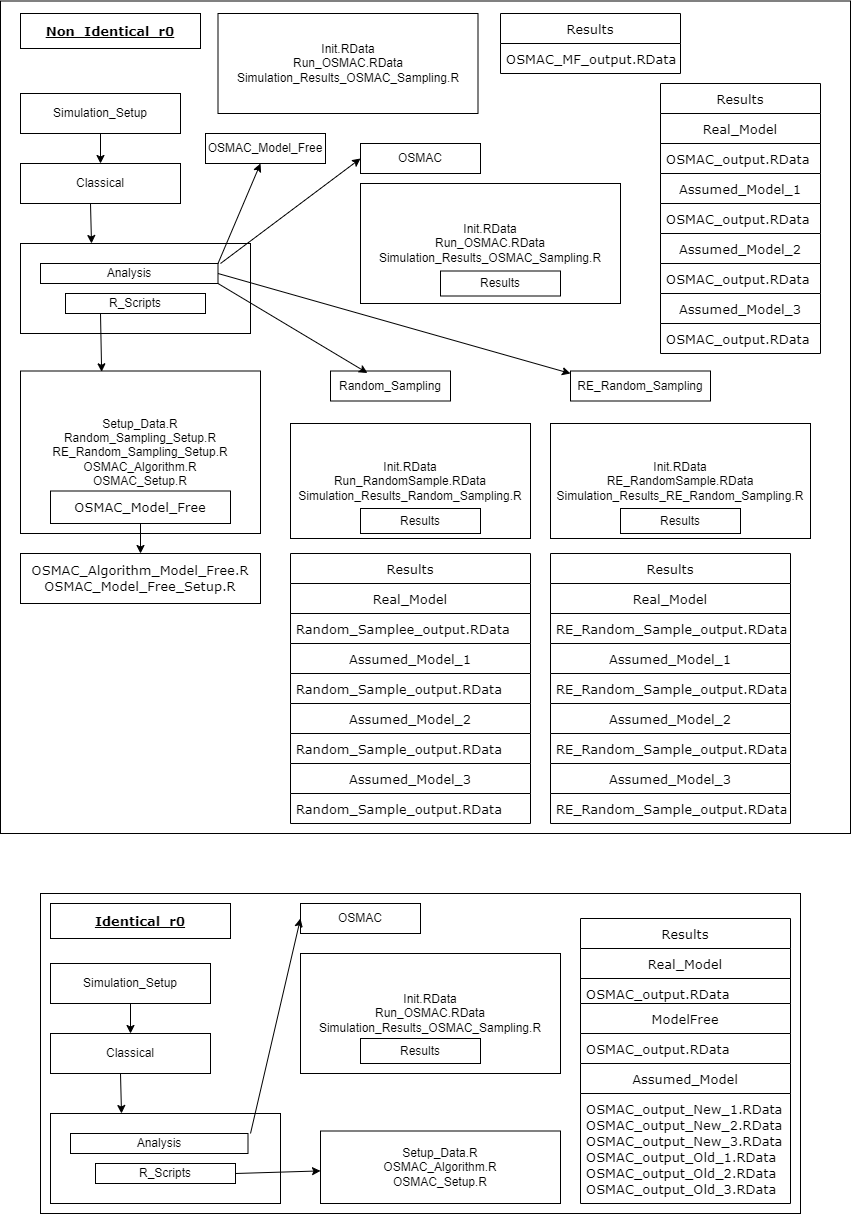
Before: Images/Simulation_Setup.png, a diagram exported from draw.io (Amalan-ConStat/RS_OS_MROS_LR_TwoVar_Exponential). Source tidied: cells renumbered, new cells last; positions are measured from the earlier drawing's top-left corner, leaving out a move shared by most shapes.
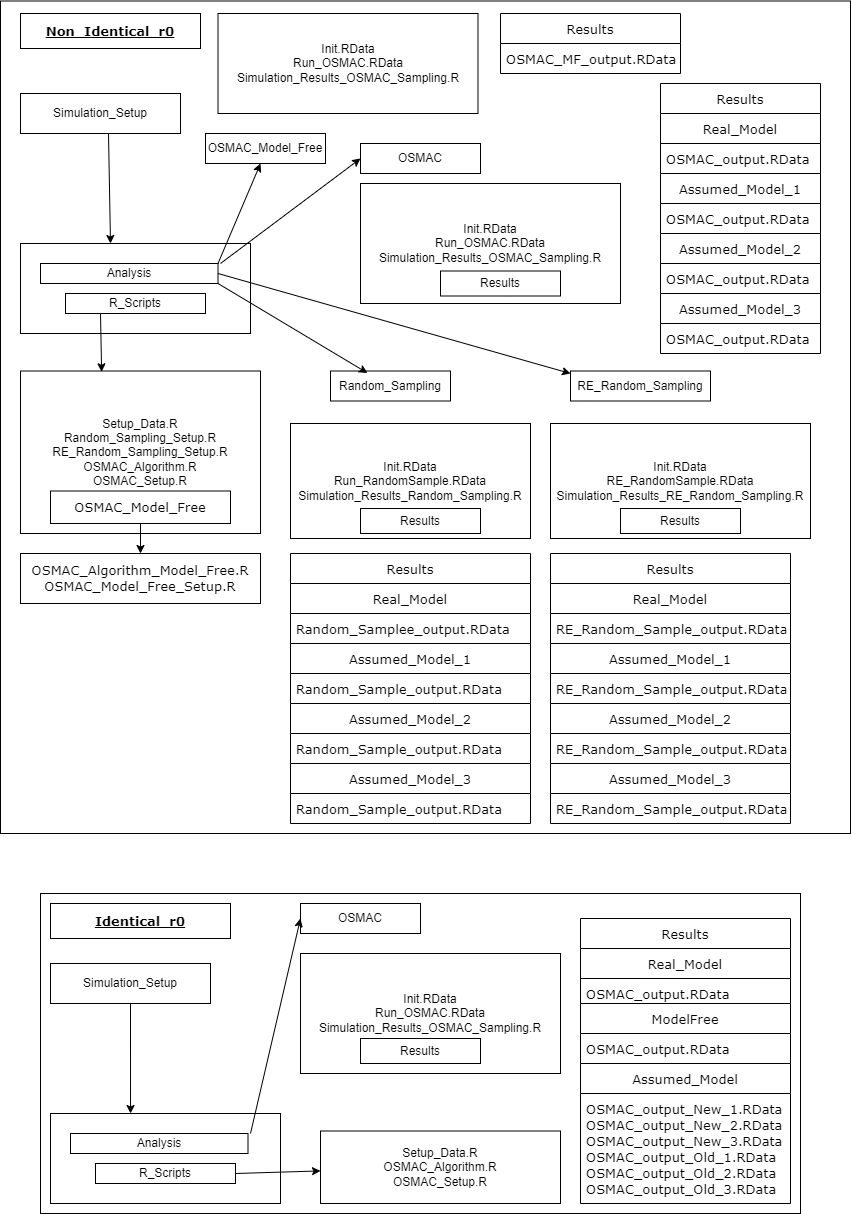
Above is the later version.

Change to the diagram source:
```diff
@@ -14,18 +14,12 @@
     <mxCell id="5" value="Simulation_Setup" style="rounded=0;whiteSpace=wrap;html=1;" parent="1" vertex="1">
       <mxGeometry x="20" y="92" width="160" height="40" as="geometry" />
     </mxCell>
-    <mxCell id="6" value="Classical" style="rounded=0;whiteSpace=wrap;html=1;" parent="1" vertex="1">
-      <mxGeometry x="20" y="162" width="160" height="40" as="geometry" />
-    </mxCell>
     <mxCell id="7" value="&lt;span style=&quot;white-space: normal&quot;&gt;R_Scripts&lt;/span&gt;" style="rounded=0;whiteSpace=wrap;html=1;" parent="1" vertex="1">
       <mxGeometry x="65" y="292" width="140" height="20" as="geometry" />
     </mxCell>
     <mxCell id="8" value="Analysis" style="rounded=0;whiteSpace=wrap;html=1;" parent="1" vertex="1">
       <mxGeometry x="40" y="262" width="177.5" height="20" as="geometry" />
     </mxCell>
-    <mxCell id="9" style="endArrow=classic;html=1;exitX=0.5;exitY=1;exitDx=0;exitDy=0;entryX=0.5;entryY=0;entryDx=0;entryDy=0;" parent="1" edge="1" source="5" target="6">
-      <mxGeometry relative="1" as="geometry" />
-    </mxCell>
     <mxCell id="10" value="Setup_Data.R&lt;br&gt;Random_Sampling_Setup.R&lt;br&gt;RE_Random_Sampling_Setup.R&lt;br&gt;OSMAC_Algorithm.R&lt;br&gt;OSMAC_Setup.R" style="rounded=0;whiteSpace=wrap;html=1;" parent="1" vertex="1">
       <mxGeometry x="20" y="369.5" width="240" height="162.5" as="geometry" />
     </mxCell>
@@ -173,12 +167,6 @@
     <mxCell id="56" value="Init.RData&lt;br&gt;Run_OSMAC.RData&lt;br&gt;Simulation_Results_OSMAC_Sampling.R" style="rounded=0;whiteSpace=wrap;html=1;" parent="1" vertex="1">
       <mxGeometry x="217.5" y="12" width="260" height="100" as="geometry" />
     </mxCell>
-    <mxCell id="57" style="endArrow=classic;html=1;exitX=0.25;exitY=1;exitDx=0;exitDy=0;" parent="1" edge="1">
-      <mxGeometry relative="1" as="geometry">
-        <mxPoint x="90" y="202" as="sourcePoint" />
-        <mxPoint x="91" y="242" as="targetPoint" />
-      </mxGeometry>
-    </mxCell>
     <mxCell id="58" value="Results" style="swimlane;fontStyle=0;horizontal=1;startSize=30;fontFamily=Verdana;fontSize=13;fontColor=#000000;" parent="1" vertex="1">
       <mxGeometry x="500" y="12" width="180" height="60" as="geometry" />
     </mxCell>
@@ -196,16 +184,13 @@
     <mxCell id="62" value="Simulation_Setup" style="rounded=0;whiteSpace=wrap;html=1;" parent="1" vertex="1">
       <mxGeometry x="50" y="962" width="160" height="40" as="geometry" />
     </mxCell>
-    <mxCell id="63" value="Classical" style="rounded=0;whiteSpace=wrap;html=1;" parent="1" vertex="1">
-      <mxGeometry x="50" y="1032" width="160" height="40" as="geometry" />
-    </mxCell>
     <mxCell id="64" value="&lt;span style=&quot;white-space: normal&quot;&gt;R_Scripts&lt;/span&gt;" style="rounded=0;whiteSpace=wrap;html=1;" parent="1" vertex="1">
       <mxGeometry x="95" y="1162" width="140" height="20" as="geometry" />
     </mxCell>
     <mxCell id="65" value="Analysis" style="rounded=0;whiteSpace=wrap;html=1;" parent="1" vertex="1">
       <mxGeometry x="70" y="1132" width="177.5" height="20" as="geometry" />
     </mxCell>
-    <mxCell id="66" style="endArrow=classic;html=1;exitX=0.5;exitY=1;exitDx=0;exitDy=0;entryX=0.5;entryY=0;entryDx=0;entryDy=0;" parent="1" edge="1" source="62" target="63">
+    <mxCell id="66" style="endArrow=classic;html=1;exitX=0.5;exitY=1;exitDx=0;exitDy=0;entryX=0.348;entryY=0;entryDx=0;entryDy=0;entryPerimeter=0;" parent="1" edge="1" source="62" target="61">
       <mxGeometry relative="1" as="geometry" />
     </mxCell>
     <mxCell id="67" value="Setup_Data.R&lt;br&gt;OSMAC_Algorithm.R&lt;br&gt;OSMAC_Setup.R" style="rounded=0;whiteSpace=wrap;html=1;" parent="1" vertex="1">
@@ -252,11 +237,10 @@
     <mxCell id="80" value="OSMAC_output_New_1.RData&#10;OSMAC_output_New_2.RData&#10;OSMAC_output_New_3.RData&#10;OSMAC_output_Old_1.RData&#10;OSMAC_output_Old_2.RData&#10;OSMAC_output_Old_3.RData" style="text;strokeColor=none;fillColor=none;align=left;verticalAlign=middle;spacingLeft=4;spacingRight=4;overflow=hidden;fontFamily=Verdana;fontSize=13;fontColor=#000000;" parent="79" vertex="1">
       <mxGeometry y="30" width="210" height="110" as="geometry" />
     </mxCell>
-    <mxCell id="81" style="endArrow=classic;html=1;exitX=0.25;exitY=1;exitDx=0;exitDy=0;" parent="1" edge="1">
-      <mxGeometry relative="1" as="geometry">
-        <mxPoint x="120" y="1072" as="sourcePoint" />
-        <mxPoint x="121" y="1112" as="targetPoint" />
-      </mxGeometry>
-    </mxCell>
+    <mxCell id="82" style="endArrow=classic;html=1;rounded=0;exitX=0.55;exitY=1;exitDx=0;exitDy=0;exitPerimeter=0;" parent="1" edge="1" source="5">
+      <mxGeometry relative="1" as="geometry">
+        <mxPoint x="110" y="242" as="targetPoint" />
+      </mxGeometry>
+    </mxCell>
   </root>
 </mxGraphModel>
```
